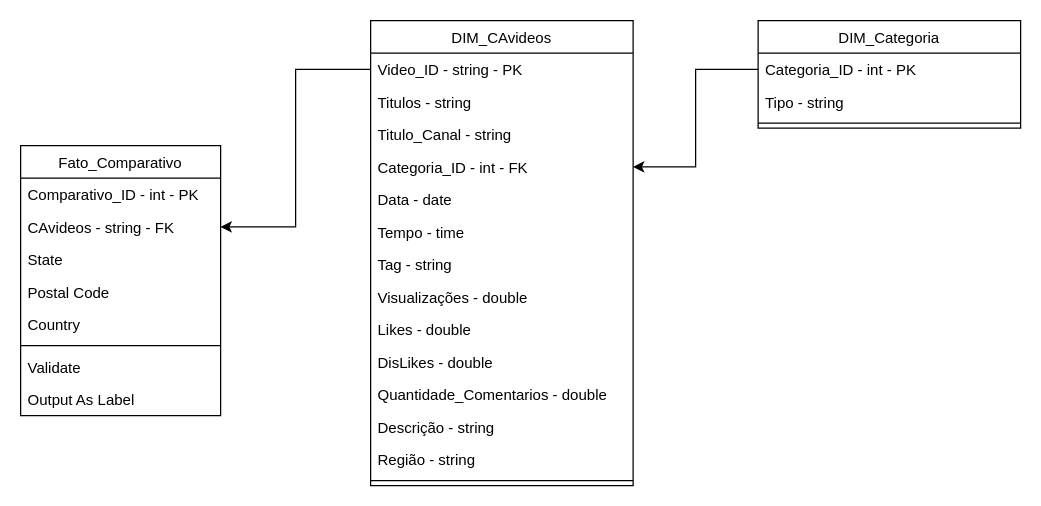
Earlier version of the draw.io diagram unidade03/Diagrama_Projeto03unidade_EngenhariadeDados.drawio (HugoGomes35/Topicos-Especiais-em-BD). Source tidied: cells renumbered, new cells numbered last; positions are measured from the earlier drawing's top-left corner, leaving out a move shared by most shapes. Both pictures are drawn from the tidied source at 125%, with x=0, y=0 at pixel (20, 20).
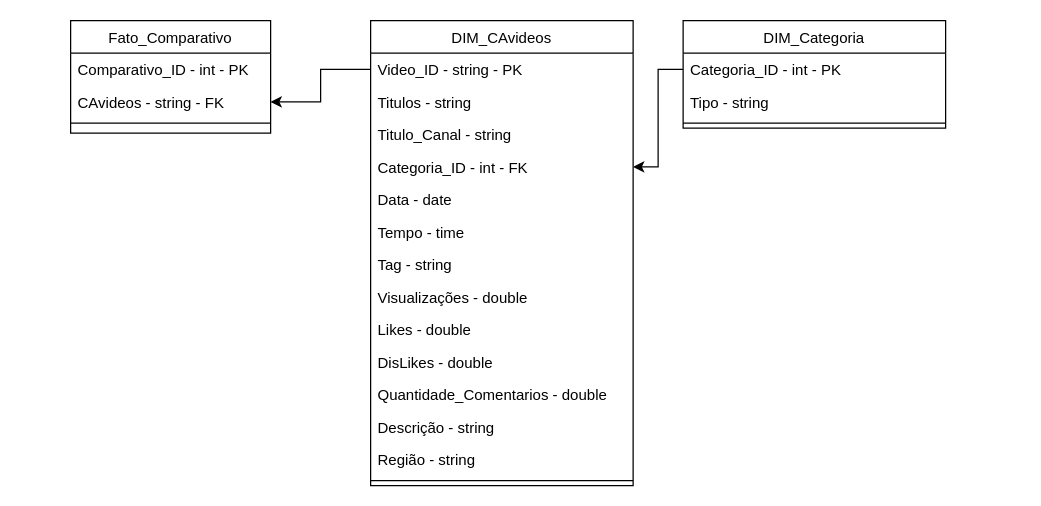
After the change.

What changed in the source:
```diff
@@
     <mxCell id="17" value="Fato_Comparativo&#10;" style="swimlane;fontStyle=0;align=center;verticalAlign=top;horizontal=1;startSize=26;rounded=0;shadow=0;strokeWidth=1;" parent="1" vertex="1">
-      <mxGeometry y="100" width="160" height="216" as="geometry" />
+      <mxGeometry x="40" width="160" height="90" as="geometry" />
     </mxCell>
@@
-    <mxCell id="20" value="State" style="text;align=left;verticalAlign=top;spacingLeft=4;spacingRight=4;overflow=hidden;rounded=0;shadow=0;html=0;" parent="17" vertex="1">
-      <mxGeometry y="78" width="160" height="26" as="geometry" />
-    </mxCell>
-    <mxCell id="21" value="Postal Code" style="text;align=left;verticalAlign=top;spacingLeft=4;spacingRight=4;overflow=hidden;rounded=0;shadow=0;html=0;" parent="17" vertex="1">
-      <mxGeometry y="104" width="160" height="26" as="geometry" />
-    </mxCell>
-    <mxCell id="22" value="Country" style="text;align=left;verticalAlign=top;spacingLeft=4;spacingRight=4;overflow=hidden;rounded=0;shadow=0;html=0;" parent="17" vertex="1">
-      <mxGeometry y="130" width="160" height="26" as="geometry" />
-    </mxCell>
     <mxCell id="23" style="line;html=1;strokeWidth=1;align=left;verticalAlign=middle;spacingTop=-1;spacingLeft=3;spacingRight=3;labelPosition=right;" parent="17" vertex="1">
-      <mxGeometry y="156" width="160" height="8" as="geometry" />
+      <mxGeometry y="78" width="160" height="8" as="geometry" />
     </mxCell>
-    <mxCell id="24" value="Validate" style="text;align=left;verticalAlign=top;spacingLeft=4;spacingRight=4;overflow=hidden;" parent="17" vertex="1">
-      <mxGeometry y="164" width="160" height="26" as="geometry" />
-    </mxCell>
-    <mxCell id="25" value="Output As Label" style="text;align=left;verticalAlign=top;spacingLeft=4;spacingRight=4;overflow=hidden;" parent="17" vertex="1">
-      <mxGeometry y="190" width="160" height="26" as="geometry" />
-    </mxCell>
     <mxCell id="26" value="DIM_Categoria" style="swimlane;fontStyle=0;align=center;verticalAlign=top;horizontal=1;startSize=26;rounded=0;shadow=0;strokeWidth=1;" parent="1" vertex="1">
-      <mxGeometry x="590" width="210" height="86" as="geometry" />
+      <mxGeometry x="530" width="210" height="86" as="geometry" />
     </mxCell>
```
